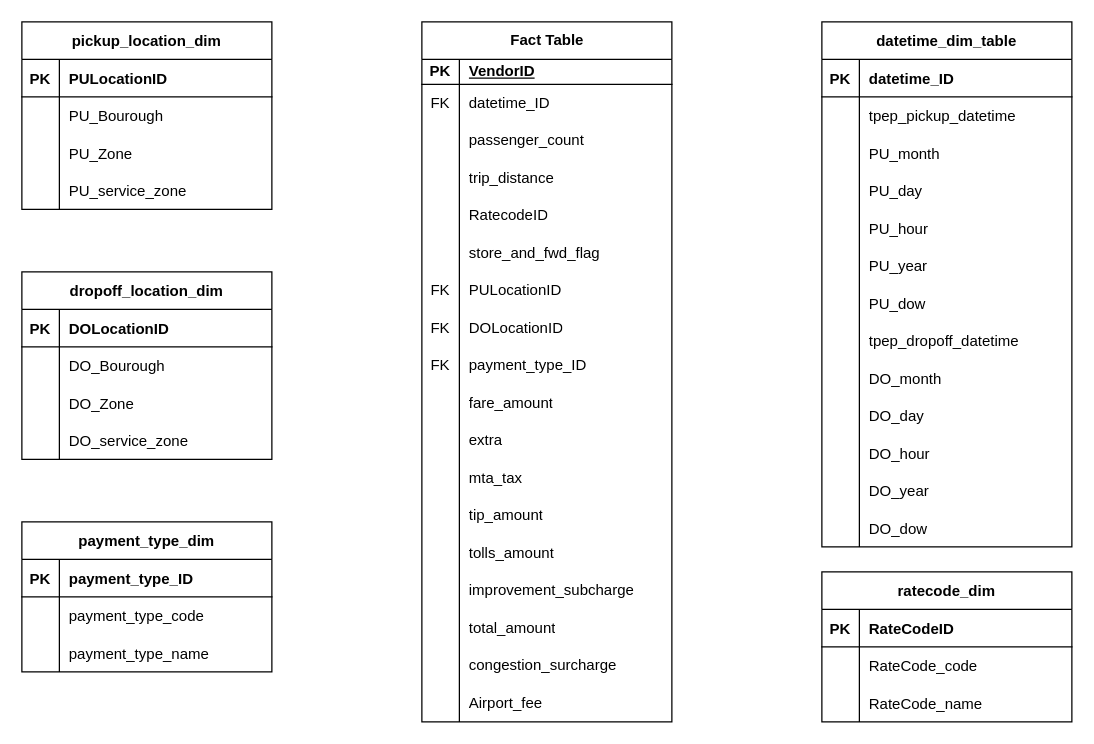
peterychu/NYC-Taxi-Data-Anaysis keeps this draw.io diagram as NYC_Taxi_Schema.drawio. Above is the earlier version. Source tidied: cells renumbered, new cells numbered last; positions are measured from the earlier drawing's top-left corner, leaving out a move shared by most shapes. Both pictures are drawn from the tidied source at 125%, with x=0, y=0 at pixel (21, 21).
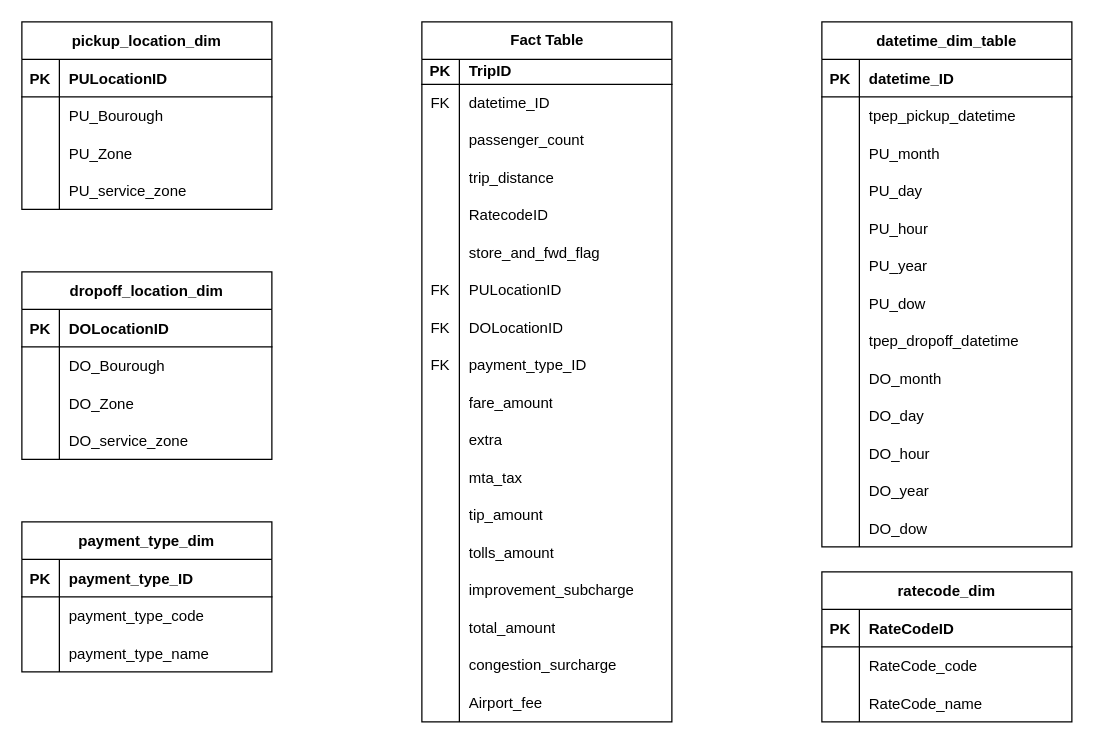
Above is the later version.

The change refers to these unchanged cells:
```xml
<mxCell id="43" style="shape=tableRow;horizontal=0;startSize=0;swimlaneHead=0;swimlaneBody=0;fillColor=none;top=0;left=0;right=0;bottom=1;" parent="42" vertex="1">
  <mxGeometry y="30" width="200" height="20" as="geometry" />
</mxCell>
```

What changed in the source:
```diff
@@
-    <mxCell id="45" value="&lt;u&gt;VendorID&lt;/u&gt;" style="shape=partialRectangle;fillColor=none;top=0;left=0;bottom=0;right=0;align=left;spacingLeft=6;fontStyle=1;overflow=hidden;whiteSpace=wrap;html=1;" parent="43" vertex="1">
+    <mxCell id="45" value="TripID" style="shape=partialRectangle;fillColor=none;top=0;left=0;bottom=0;right=0;align=left;spacingLeft=6;fontStyle=1;overflow=hidden;whiteSpace=wrap;html=1;" parent="43" vertex="1">
       <mxGeometry x="30" width="170" height="20" as="geometry" />
     </mxCell>
```
